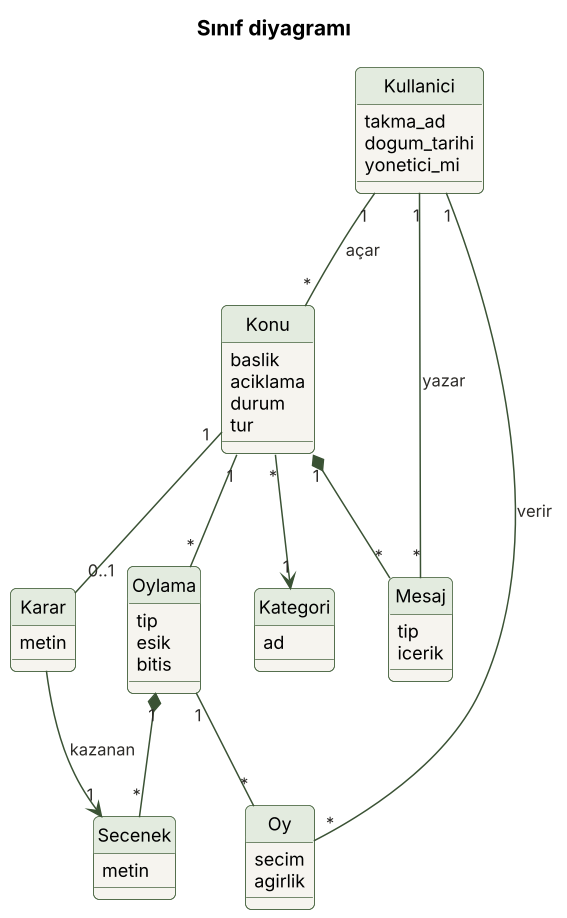
The PlantUML diagram docs/uml/png/2_sinif.png in Baki-B/YZM327-Odevler, before a commit. The source it was exported from:
```plantuml
@startuml 2_sinif
skinparamlocked dpi 144
!include _stil.iuml
title Sınıf diyagramı

class Kullanici {
  takma_ad
  dogum_tarihi
  yonetici_mi
}
class Kategori {
  ad
}
class Konu {
  baslik
  aciklama
  durum
  tur
}
class Mesaj {
  tip
  icerik
}
class Oylama {
  tip
  esik
  bitis
}
class Secenek {
  metin
}
class Oy {
  secim
  agirlik
}
class Karar {
  metin
}

Kullanici "1" -- "*" Konu : açar
Konu "*" --> "1" Kategori
Konu "1" *-- "*" Mesaj
Kullanici "1" -- "*" Mesaj : yazar
Konu "1" -- "*" Oylama
Oylama "1" *-- "*" Secenek
Oylama "1" -- "*" Oy
Kullanici "1" -- "*" Oy : verir
Konu "1" -- "0..1" Karar
Karar --> "1" Secenek : kazanan
@enduml
```
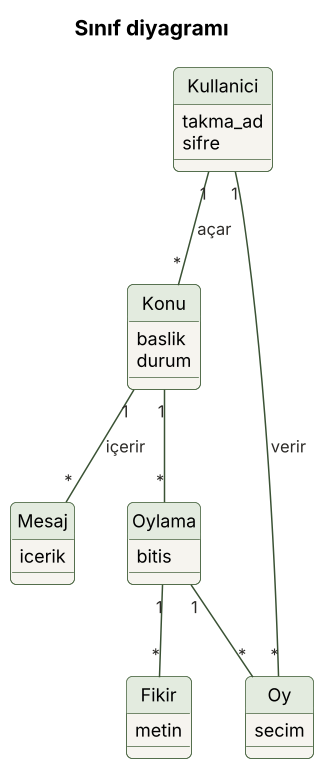
The same file after the commit.

What changed in the source:
```diff
@@ -5,46 +5,29 @@
 
 class Kullanici {
   takma_ad
-  dogum_tarihi
-  yonetici_mi
-}
-class Kategori {
-  ad
+  sifre
 }
 class Konu {
   baslik
-  aciklama
   durum
-  tur
 }
 class Mesaj {
-  tip
   icerik
 }
 class Oylama {
-  tip
-  esik
   bitis
 }
-class Secenek {
+class Fikir {
   metin
 }
 class Oy {
   secim
-  agirlik
-}
-class Karar {
-  metin
 }
 
 Kullanici "1" -- "*" Konu : açar
-Konu "*" --> "1" Kategori
-Konu "1" *-- "*" Mesaj
-Kullanici "1" -- "*" Mesaj : yazar
+Konu "1" -- "*" Mesaj : içerir
 Konu "1" -- "*" Oylama
-Oylama "1" *-- "*" Secenek
+Oylama "1" -- "*" Fikir
 Oylama "1" -- "*" Oy
 Kullanici "1" -- "*" Oy : verir
-Konu "1" -- "0..1" Karar
-Karar --> "1" Secenek : kazanan
 @enduml
```
